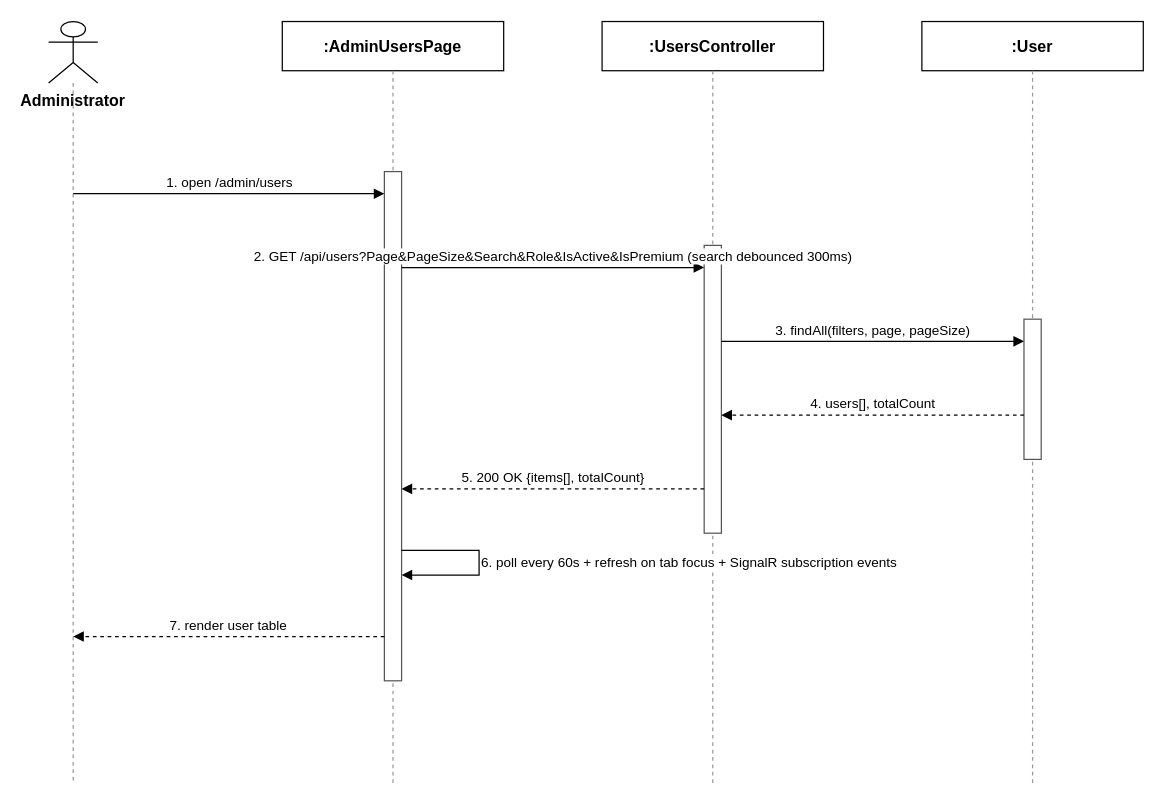
The draw.io diagram docs/qa/Hien_SequenceDiagram/3.3.2_View_User_List.drawio in tulklk/AI_Interview_Question_Generation_RAG_LLM_FE, before the edit. Source tidied: cells renumbered, new cells numbered last; positions are measured from the earlier drawing's top-left corner, leaving out a move shared by most shapes. Both pictures are drawn from the tidied source at 123%, with x=0, y=0 at pixel (48, 21).
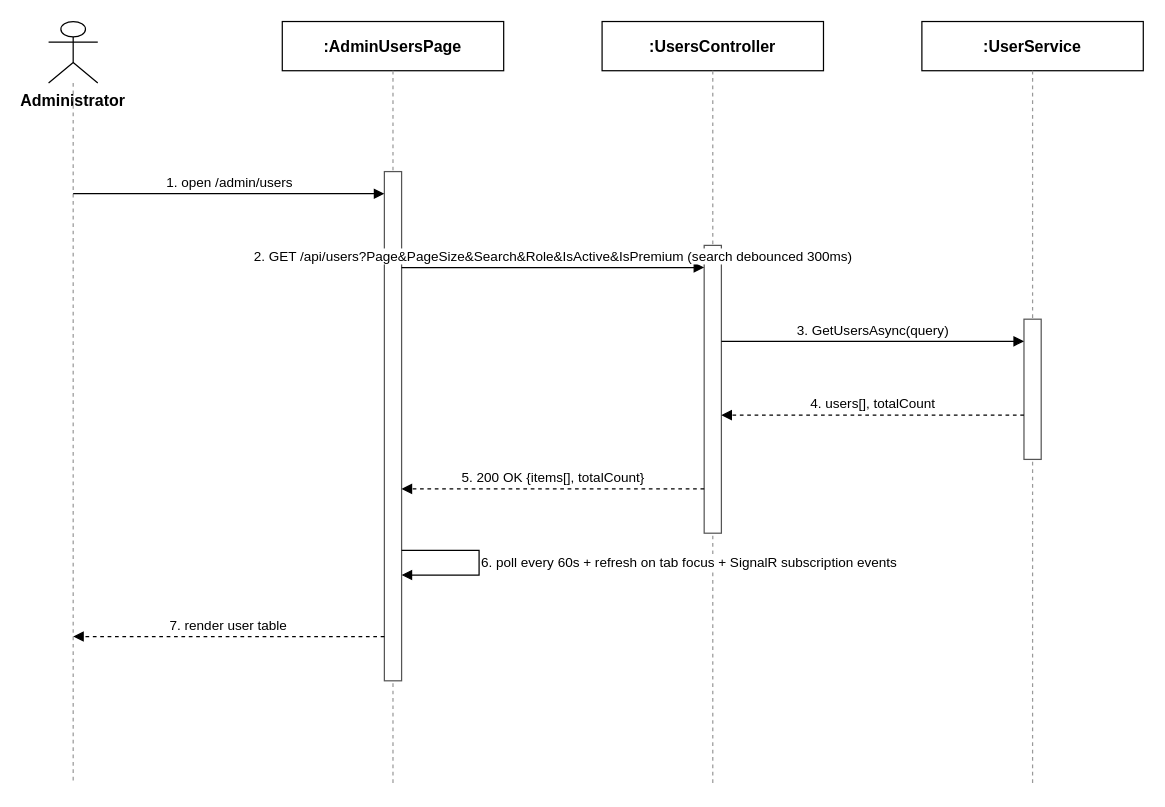
The same diagram, later.

Commit message (it also covers changes not shown here):
docs(qa): correct Profile, Admin User, and Company Management diagrams against real BE

What changed in the source:
```diff
@@
-    <mxCell id="8" value=":User" style="rounded=0;whiteSpace=wrap;html=1;fontSize=13;fillColor=#ffffff;strokeColor=#000000;fontStyle=1;" parent="1" vertex="1">
+    <mxCell id="8" value=":UserService" style="rounded=0;whiteSpace=wrap;html=1;fontSize=13;fillColor=#ffffff;strokeColor=#000000;fontStyle=1;" parent="1" vertex="1">
       <mxGeometry x="710" width="180" height="40" as="geometry" />
     </mxCell>
@@
-    <mxCell id="15" value="3. findAll(filters, page, pageSize)" style="endArrow=block;endFill=1;html=1;fontSize=11;align=center;verticalAlign=bottom;labelBackgroundColor=#ffffff;strokeColor=#000000;" parent="1" edge="1">
+    <mxCell id="15" value="3. GetUsersAsync(query)" style="endArrow=block;endFill=1;html=1;fontSize=11;align=center;verticalAlign=bottom;labelBackgroundColor=#ffffff;strokeColor=#000000;" parent="1" edge="1">
       <mxGeometry relative="1" as="geometry">
         <mxPoint x="547" y="260" as="sourcePoint" />
         <mxPoint x="793" y="260" as="targetPoint" />
       </mxGeometry>
     </mxCell>
```
